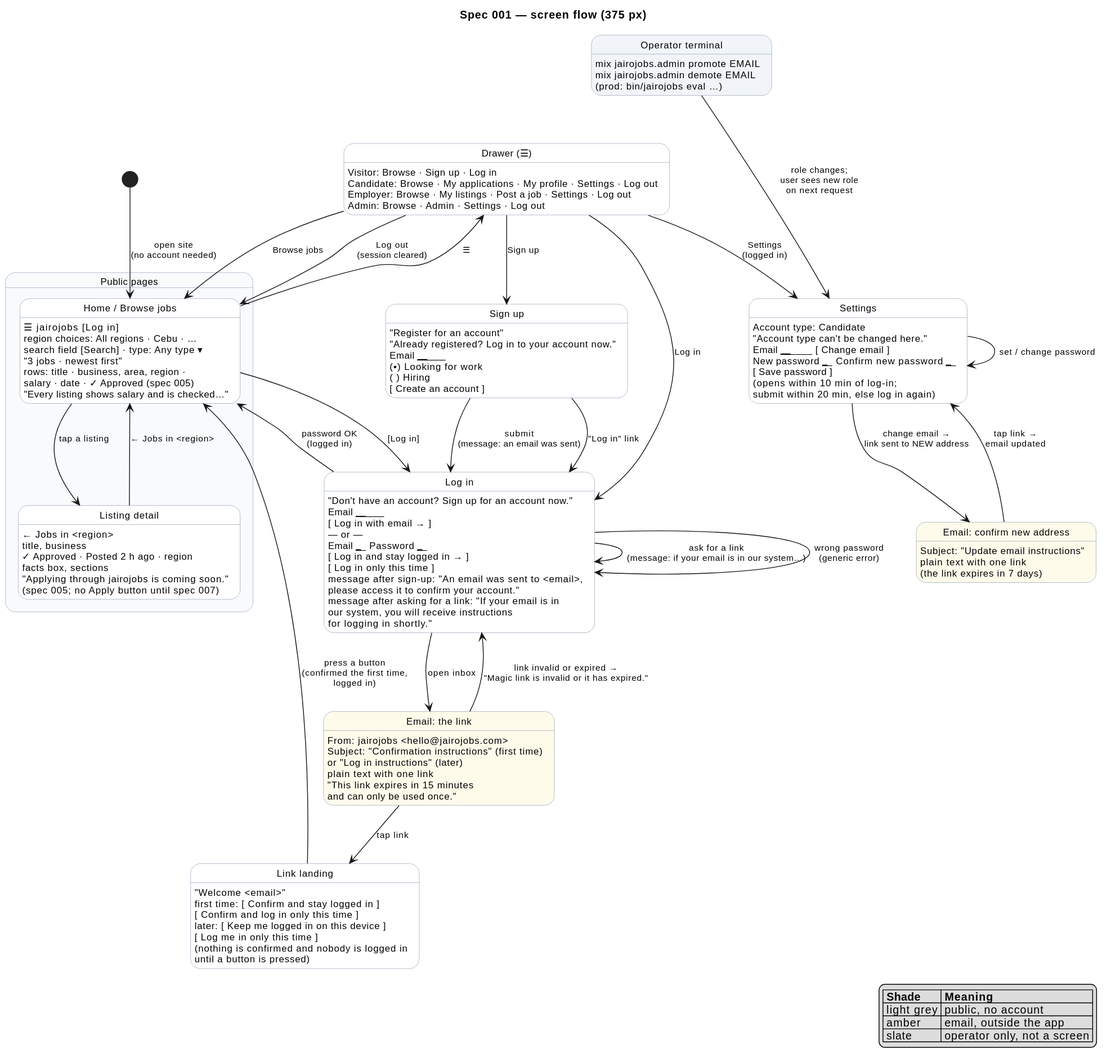
Earlier version of the PlantUML export docs/specs/001-accounts-authentication/diagrams/screenflow-auth.svg (raseniero/jairojobs-elixir).
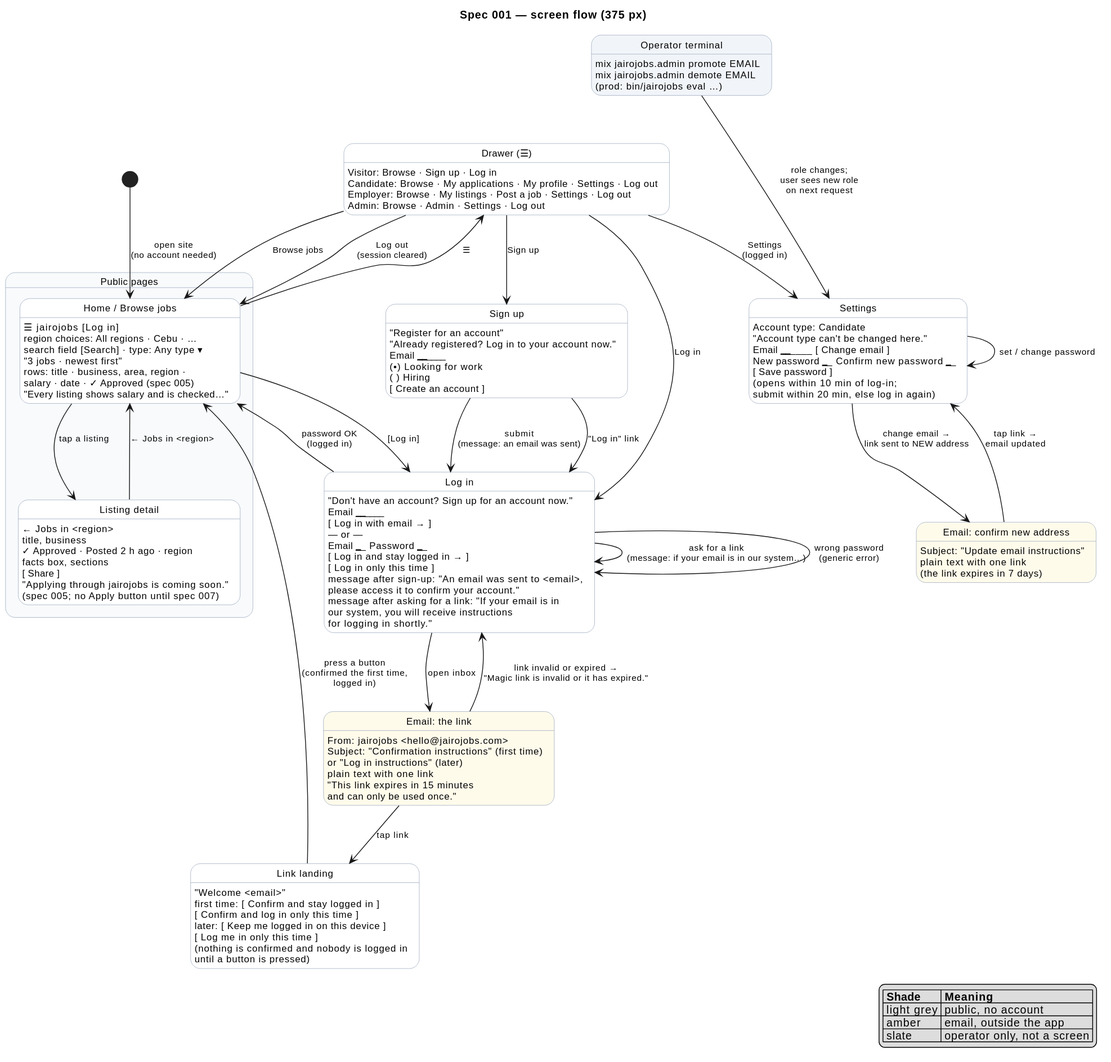
After the commit.

Commit message:
feat(browse): share a listing (REQ-005-8)

The edit, as a diff of the source:
```diff
@@ -27,6 +27,7 @@
   Detail : title, business
   Detail : ✓ Approved · Posted 2 h ago · region
   Detail : facts box, sections
+  Detail : [ Share ]
   Detail : "Applying through jairojobs is coming soon."
   Detail : (spec 005; no Apply button until spec 007)
   Home --> Detail : tap a listing
```
